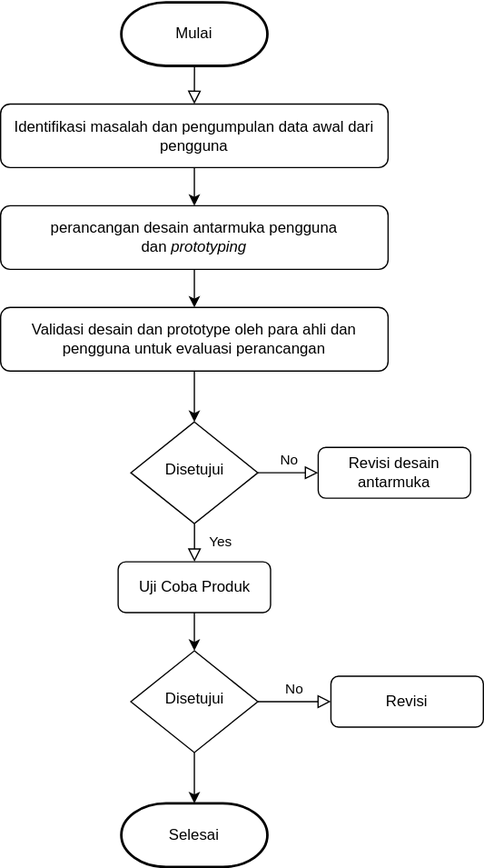
evaald/evaald239.github.io keeps this draw.io diagram as flowchart skripsi.drawio.svg. Above is the earlier version. Source tidied: cells renumbered, new cells last; positions are measured from the earlier drawing's top-left corner, leaving out a move shared by most shapes.
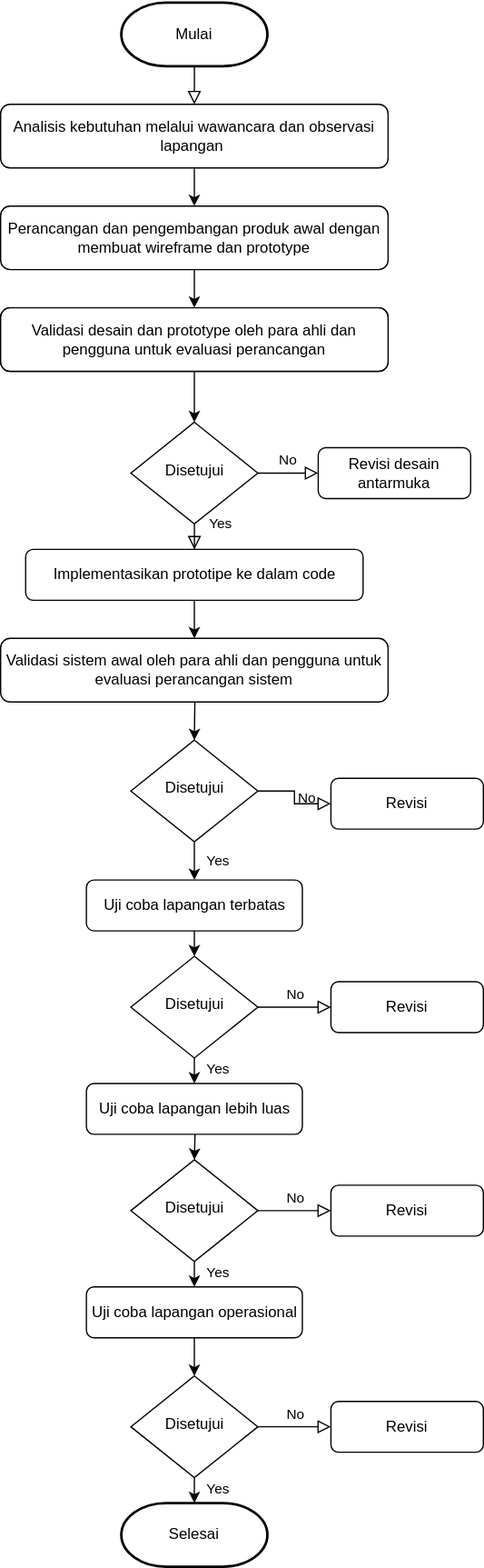
The same diagram one commit later.

Diff of the diagram source:
```diff
@@ -16,8 +16,8 @@
     <mxCell id="5" value="Disetujui" style="rhombus;whiteSpace=wrap;html=1;shadow=0;fontFamily=Helvetica;fontSize=12;align=center;strokeWidth=1;spacing=6;spacingTop=-4;" parent="1" vertex="1">
       <mxGeometry x="102.5" y="330" width="100" height="80" as="geometry" />
     </mxCell>
-    <mxCell id="6" value="Uji Coba Produk" style="rounded=1;whiteSpace=wrap;html=1;fontSize=12;glass=0;strokeWidth=1;shadow=0;" parent="1" vertex="1">
-      <mxGeometry x="92.5" y="440" width="120" height="40" as="geometry" />
+    <mxCell id="6" value="Implementasikan prototipe ke dalam code" style="rounded=1;whiteSpace=wrap;html=1;fontSize=12;glass=0;strokeWidth=1;shadow=0;" parent="1" vertex="1">
+      <mxGeometry x="19.7" y="430" width="265.6" height="40" as="geometry" />
     </mxCell>
     <mxCell id="7" value="Revisi desain antarmuka" style="rounded=1;whiteSpace=wrap;html=1;fontSize=12;glass=0;strokeWidth=1;shadow=0;" parent="1" vertex="1">
       <mxGeometry x="250" y="350" width="120" height="40" as="geometry" />
@@ -25,13 +25,13 @@
     <mxCell id="8" value="Mulai" style="strokeWidth=2;html=1;shape=mxgraph.flowchart.terminator;whiteSpace=wrap;" parent="1" vertex="1">
       <mxGeometry x="95" width="115" height="50" as="geometry" />
     </mxCell>
-    <mxCell id="9" value="Identifikasi masalah dan pengumpulan data awal dari pengguna" style="rounded=1;whiteSpace=wrap;html=1;fontSize=12;glass=0;strokeWidth=1;shadow=0;" parent="1" vertex="1">
+    <mxCell id="9" value="&lt;span style=&quot;background-color: transparent; color: light-dark(rgb(0, 0, 0), rgb(255, 255, 255));&quot;&gt;Analisis kebutuhan melalui wawancara dan observasi lapangan&amp;nbsp;&lt;/span&gt;" style="rounded=1;whiteSpace=wrap;html=1;fontSize=12;glass=0;strokeWidth=1;shadow=0;" parent="1" vertex="1">
       <mxGeometry y="80" width="305" height="50" as="geometry" />
     </mxCell>
     <mxCell id="10" style="endArrow=classic;html=1;rounded=0;exitX=0.5;exitY=1;exitDx=0;exitDy=0;entryX=0.5;entryY=0;entryDx=0;entryDy=0;" parent="1" edge="1" source="9" target="11">
       <mxGeometry relative="1" as="geometry" />
     </mxCell>
-    <mxCell id="11" value="&lt;span style=&quot;line-height: 115%;&quot;&gt;&lt;font style=&quot;font-size: 12px;&quot; face=&quot;Helvetica&quot;&gt;perancangan desain antarmuka pengguna&lt;br&gt;dan &lt;i&gt;prototyping&lt;/i&gt;&lt;/font&gt;&lt;/span&gt;" style="rounded=1;whiteSpace=wrap;html=1;fontSize=12;glass=0;strokeWidth=1;shadow=0;" parent="1" vertex="1">
+    <mxCell id="11" value="&lt;div&gt;Perancangan dan pengembangan produk awal dengan membuat wireframe dan prototype&lt;/div&gt;" style="rounded=1;whiteSpace=wrap;html=1;fontSize=12;glass=0;strokeWidth=1;shadow=0;" parent="1" vertex="1">
       <mxGeometry y="160" width="305" height="50" as="geometry" />
     </mxCell>
     <mxCell id="12" style="endArrow=classic;html=1;rounded=0;exitX=0.5;exitY=1;exitDx=0;exitDy=0;entryX=0.5;entryY=0;entryDx=0;entryDy=0;" parent="1" edge="1" source="11" target="13">
@@ -43,23 +43,90 @@
     <mxCell id="14" style="endArrow=classic;html=1;rounded=0;exitX=0.5;exitY=1;exitDx=0;exitDy=0;entryX=0.5;entryY=0;entryDx=0;entryDy=0;" parent="1" edge="1" source="13" target="5">
       <mxGeometry relative="1" as="geometry" />
     </mxCell>
-    <mxCell id="15" style="endArrow=classic;html=1;rounded=0;exitX=0.5;exitY=1;exitDx=0;exitDy=0;entryX=0.5;entryY=0;entryDx=0;entryDy=0;" parent="1" edge="1" source="6" target="16">
-      <mxGeometry relative="1" as="geometry" />
+    <mxCell id="15" style="endArrow=classic;html=1;rounded=0;entryX=0.5;entryY=0;entryDx=0;entryDy=0;" parent="1" edge="1" target="16">
+      <mxGeometry relative="1" as="geometry">
+        <mxPoint x="153" y="540" as="sourcePoint" />
+      </mxGeometry>
     </mxCell>
     <mxCell id="16" value="Disetujui" style="rhombus;whiteSpace=wrap;html=1;shadow=0;fontFamily=Helvetica;fontSize=12;align=center;strokeWidth=1;spacing=6;spacingTop=-4;" parent="1" vertex="1">
-      <mxGeometry x="102.5" y="510" width="100" height="80" as="geometry" />
+      <mxGeometry x="102.5" y="580" width="100" height="80" as="geometry" />
     </mxCell>
     <mxCell id="17" value="No" style="edgeStyle=orthogonalEdgeStyle;rounded=0;html=1;jettySize=auto;fontSize=11;endArrow=block;endFill=0;endSize=8;strokeWidth=1;shadow=0;labelBackgroundColor=none;exitX=1;exitY=0.5;exitDx=0;exitDy=0;entryX=0;entryY=0.5;entryDx=0;entryDy=0;" parent="1" edge="1" source="16" target="18">
       <mxGeometry y="10" relative="1" as="geometry" />
     </mxCell>
     <mxCell id="18" value="Revisi" style="rounded=1;whiteSpace=wrap;html=1;fontSize=12;glass=0;strokeWidth=1;shadow=0;" parent="1" vertex="1">
-      <mxGeometry x="260" y="530" width="120" height="40" as="geometry" />
+      <mxGeometry x="260" y="610" width="120" height="40" as="geometry" />
     </mxCell>
     <mxCell id="19" value="Selesai" style="strokeWidth=2;html=1;shape=mxgraph.flowchart.terminator;whiteSpace=wrap;" parent="1" vertex="1">
-      <mxGeometry x="95" y="630" width="115" height="50" as="geometry" />
+      <mxGeometry x="95" y="1180" width="115" height="50" as="geometry" />
     </mxCell>
-    <mxCell id="20" style="endArrow=classic;html=1;rounded=0;entryX=0.5;entryY=0;entryDx=0;entryDy=0;entryPerimeter=0;exitX=0.5;exitY=1;exitDx=0;exitDy=0;" parent="1" edge="1" source="16" target="19">
-      <mxGeometry relative="1" as="geometry" />
-    </mxCell>
+    <mxCell id="21" value="Validasi desain dan prototype oleh para ahli dan pengguna untuk evaluasi perancangan" style="rounded=1;whiteSpace=wrap;html=1;fontSize=12;glass=0;strokeWidth=1;shadow=0;" parent="1" vertex="1">
+      <mxGeometry y="240" width="305" height="50" as="geometry" />
+    </mxCell>
+    <mxCell id="22" value="Validasi sistem awal&amp;nbsp;&lt;span style=&quot;background-color: transparent; color: light-dark(rgb(0, 0, 0), rgb(255, 255, 255));&quot;&gt;oleh para ahli dan pengguna untuk evaluasi perancangan sistem&lt;/span&gt;" style="rounded=1;whiteSpace=wrap;html=1;fontSize=12;glass=0;strokeWidth=1;shadow=0;" parent="1" vertex="1">
+      <mxGeometry y="500" width="305" height="50" as="geometry" />
+    </mxCell>
+    <mxCell id="23" style="endArrow=classic;html=1;rounded=0;exitX=0.5;exitY=1;exitDx=0;exitDy=0;entryX=0.5;entryY=0;entryDx=0;entryDy=0;" parent="1" edge="1" source="6" target="22">
+      <mxGeometry relative="1" as="geometry" />
+    </mxCell>
+    <mxCell id="24" value="Yes" style="endArrow=classic;html=1;rounded=0;entryX=0.5;entryY=0;entryDx=0;entryDy=0;exitX=0.5;exitY=1;exitDx=0;exitDy=0;" parent="1" edge="1" source="16" target="25">
+      <mxGeometry x="-0.01" y="18" relative="1" as="geometry" />
+    </mxCell>
+    <mxCell id="25" value="Uji coba lapangan terbatas" style="rounded=1;whiteSpace=wrap;html=1;fontSize=12;glass=0;strokeWidth=1;shadow=0;" parent="1" vertex="1">
+      <mxGeometry x="67.5" y="690" width="170" height="40" as="geometry" />
+    </mxCell>
+    <mxCell id="26" value="Disetujui" style="rhombus;whiteSpace=wrap;html=1;shadow=0;fontFamily=Helvetica;fontSize=12;align=center;strokeWidth=1;spacing=6;spacingTop=-4;" parent="1" vertex="1">
+      <mxGeometry x="102.5" y="750" width="100" height="80" as="geometry" />
+    </mxCell>
+    <mxCell id="27" value="No" style="edgeStyle=orthogonalEdgeStyle;rounded=0;html=1;jettySize=auto;fontSize=11;endArrow=block;endFill=0;endSize=8;strokeWidth=1;shadow=0;labelBackgroundColor=none;exitX=1;exitY=0.5;exitDx=0;exitDy=0;entryX=0;entryY=0.5;entryDx=0;entryDy=0;" parent="1" edge="1" source="26" target="28">
+      <mxGeometry y="10" relative="1" as="geometry" />
+    </mxCell>
+    <mxCell id="28" value="Revisi" style="rounded=1;whiteSpace=wrap;html=1;fontSize=12;glass=0;strokeWidth=1;shadow=0;" parent="1" vertex="1">
+      <mxGeometry x="260" y="770" width="120" height="40" as="geometry" />
+    </mxCell>
+    <mxCell id="29" style="endArrow=classic;html=1;rounded=0;entryX=0.5;entryY=0;entryDx=0;entryDy=0;exitX=0.5;exitY=1;exitDx=0;exitDy=0;" parent="1" edge="1" source="25" target="26">
+      <mxGeometry relative="1" as="geometry" />
+    </mxCell>
+    <mxCell id="30" value="Yes" style="endArrow=classic;html=1;rounded=0;entryX=0.5;entryY=0;entryDx=0;entryDy=0;" parent="1" edge="1" source="26" target="31">
+      <mxGeometry x="-0.01" y="18" relative="1" as="geometry" />
+    </mxCell>
+    <mxCell id="31" value="Uji coba lapangan lebih luas" style="rounded=1;whiteSpace=wrap;html=1;fontSize=12;glass=0;strokeWidth=1;shadow=0;" parent="1" vertex="1">
+      <mxGeometry x="67.5" y="850" width="170" height="40" as="geometry" />
+    </mxCell>
+    <mxCell id="32" value="Disetujui" style="rhombus;whiteSpace=wrap;html=1;shadow=0;fontFamily=Helvetica;fontSize=12;align=center;strokeWidth=1;spacing=6;spacingTop=-4;" parent="1" vertex="1">
+      <mxGeometry x="102.5" y="910" width="100" height="80" as="geometry" />
+    </mxCell>
+    <mxCell id="33" value="No" style="edgeStyle=orthogonalEdgeStyle;rounded=0;html=1;jettySize=auto;fontSize=11;endArrow=block;endFill=0;endSize=8;strokeWidth=1;shadow=0;labelBackgroundColor=none;exitX=1;exitY=0.5;exitDx=0;exitDy=0;entryX=0;entryY=0.5;entryDx=0;entryDy=0;" parent="1" edge="1" source="32" target="34">
+      <mxGeometry y="10" relative="1" as="geometry" />
+    </mxCell>
+    <mxCell id="34" value="Revisi" style="rounded=1;whiteSpace=wrap;html=1;fontSize=12;glass=0;strokeWidth=1;shadow=0;" parent="1" vertex="1">
+      <mxGeometry x="260" y="930" width="120" height="40" as="geometry" />
+    </mxCell>
+    <mxCell id="35" style="endArrow=classic;html=1;rounded=0;entryX=0.5;entryY=0;entryDx=0;entryDy=0;" parent="1" edge="1" target="32">
+      <mxGeometry relative="1" as="geometry">
+        <mxPoint x="153" y="890" as="sourcePoint" />
+      </mxGeometry>
+    </mxCell>
+    <mxCell id="36" value="Yes" style="endArrow=classic;html=1;rounded=0;entryX=0.5;entryY=0;entryDx=0;entryDy=0;" parent="1" edge="1" source="32" target="37">
+      <mxGeometry x="-0.01" y="18" relative="1" as="geometry" />
+    </mxCell>
+    <mxCell id="37" value="Uji coba lapangan operasional" style="rounded=1;whiteSpace=wrap;html=1;fontSize=12;glass=0;strokeWidth=1;shadow=0;" parent="1" vertex="1">
+      <mxGeometry x="67.5" y="1010" width="170" height="40" as="geometry" />
+    </mxCell>
+    <mxCell id="38" style="endArrow=classic;html=1;rounded=0;exitX=0.5;exitY=1;exitDx=0;exitDy=0;entryX=0.5;entryY=0;entryDx=0;entryDy=0;" parent="1" edge="1" source="37" target="39">
+      <mxGeometry relative="1" as="geometry" />
+    </mxCell>
+    <mxCell id="39" value="Disetujui" style="rhombus;whiteSpace=wrap;html=1;shadow=0;fontFamily=Helvetica;fontSize=12;align=center;strokeWidth=1;spacing=6;spacingTop=-4;" parent="1" vertex="1">
+      <mxGeometry x="102.5" y="1080" width="100" height="80" as="geometry" />
+    </mxCell>
+    <mxCell id="40" value="No" style="edgeStyle=orthogonalEdgeStyle;rounded=0;html=1;jettySize=auto;fontSize=11;endArrow=block;endFill=0;endSize=8;strokeWidth=1;shadow=0;labelBackgroundColor=none;exitX=1;exitY=0.5;exitDx=0;exitDy=0;entryX=0;entryY=0.5;entryDx=0;entryDy=0;" parent="1" edge="1" source="39" target="41">
+      <mxGeometry y="10" relative="1" as="geometry" />
+    </mxCell>
+    <mxCell id="41" value="Revisi" style="rounded=1;whiteSpace=wrap;html=1;fontSize=12;glass=0;strokeWidth=1;shadow=0;" parent="1" vertex="1">
+      <mxGeometry x="260" y="1100" width="120" height="40" as="geometry" />
+    </mxCell>
+    <mxCell id="42" value="Yes" style="endArrow=classic;html=1;rounded=0;entryX=0.5;entryY=0;entryDx=0;entryDy=0;entryPerimeter=0;" parent="1" edge="1" source="39" target="19">
+      <mxGeometry x="-0.01" y="18" relative="1" as="geometry" />
+    </mxCell>
   </root>
 </mxGraphModel>
```
